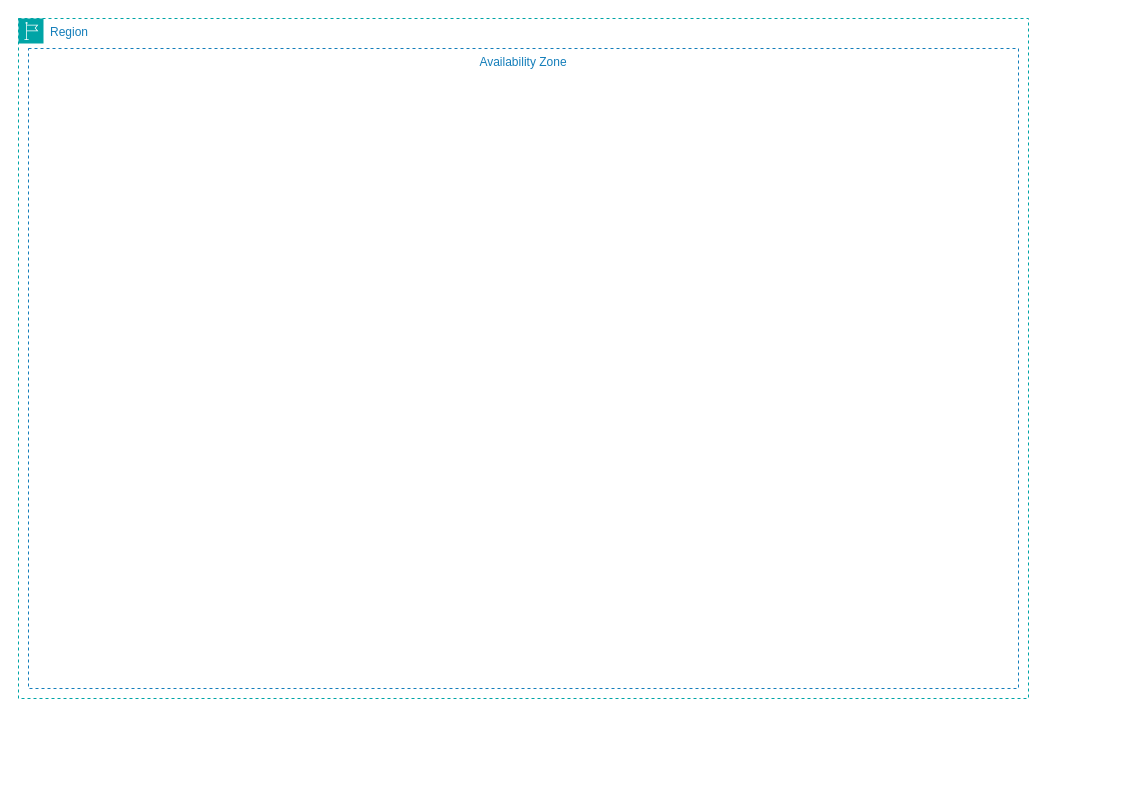
Before: aws/Untitled Diagram.drawio in lekhrajdinkar/02-spring, a draw.io diagram. Source tidied: cells renumbered, new cells numbered last; positions are measured from the earlier drawing's top-left corner, leaving out a move shared by most shapes. Both pictures are drawn from the tidied source at 100%, with x=0, y=0 at pixel (18, 18).
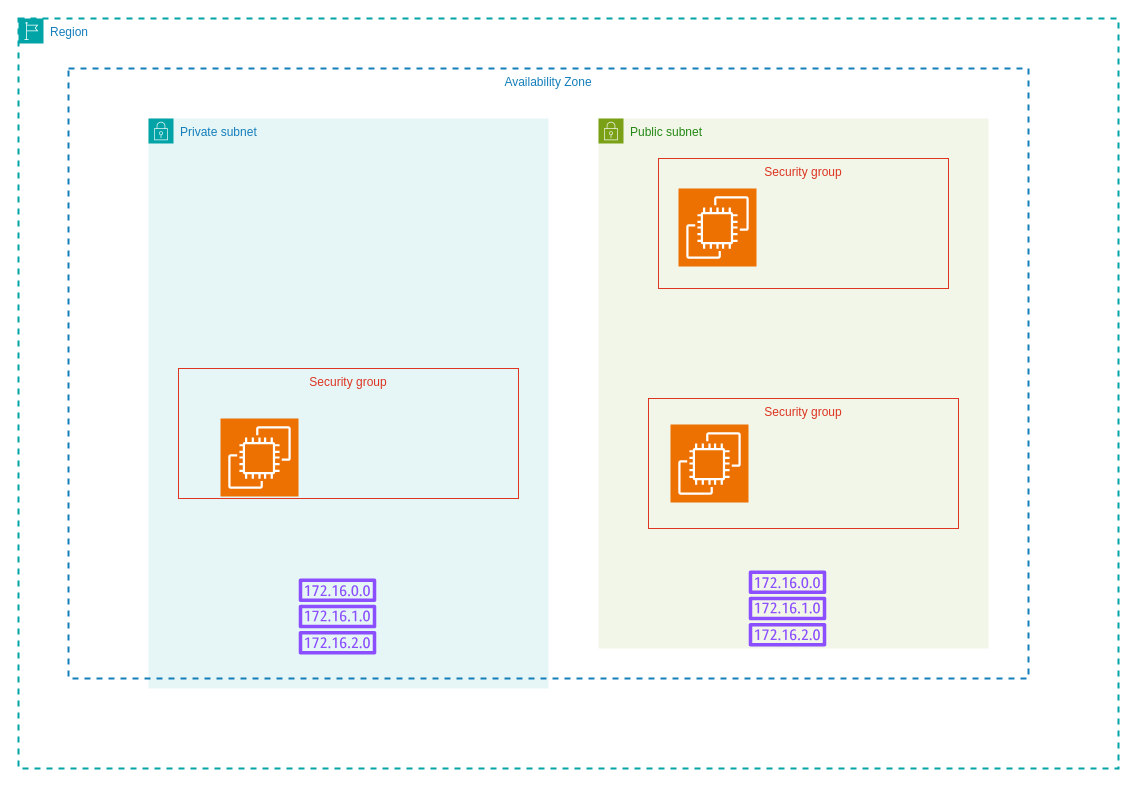
After the change.

The edit, as a diff of the source:
```diff
@@
 <mxGraphModel>
   <root>
     <mxCell id="0" />
     <mxCell id="1" parent="0" />
+    <mxCell id="4" value="Private subnet" style="gradientColor=none;html=1;whiteSpace=wrap;fontSize=12;fontStyle=0;shape=mxgraph.aws4.group;grIcon=mxgraph.aws4.group_security_group;grStroke=0;strokeColor=#00A4A6;fillColor=#E6F6F7;verticalAlign=top;align=left;spacingLeft=30;fontColor=#147EBA;dashed=0;" parent="1" vertex="1">
+      <mxGeometry x="130" y="100" width="400" height="570" as="geometry" />
+    </mxCell>
-    <mxCell id="2" value="Region" style="gradientColor=none;html=1;whiteSpace=wrap;fontSize=12;fontStyle=0;shape=mxgraph.aws4.group;grIcon=mxgraph.aws4.group_region;strokeColor=#00A4A6;fillColor=none;verticalAlign=top;align=left;spacingLeft=30;fontColor=#147EBA;dashed=1;" parent="1" vertex="1">
-      <mxGeometry width="1010" height="680" as="geometry" />
+    <mxCell id="2" value="Region" style="gradientColor=none;html=1;whiteSpace=wrap;fontSize=12;fontStyle=0;shape=mxgraph.aws4.group;grIcon=mxgraph.aws4.group_region;strokeColor=#00A4A6;fillColor=none;verticalAlign=top;align=left;spacingLeft=30;fontColor=#147EBA;dashed=1;strokeWidth=2;" parent="1" vertex="1">
+      <mxGeometry width="1100" height="750" as="geometry" />
     </mxCell>
-    <mxCell id="3" value="Availability Zone" style="fillColor=none;strokeColor=#147EBA;dashed=1;verticalAlign=top;fontStyle=0;fontColor=#147EBA;whiteSpace=wrap;html=1;" parent="2" vertex="1">
-      <mxGeometry x="10" y="30" width="990" height="640" as="geometry" />
+    <mxCell id="3" value="Availability Zone" style="fillColor=none;strokeColor=#147EBA;dashed=1;verticalAlign=top;fontStyle=0;fontColor=#147EBA;whiteSpace=wrap;html=1;strokeWidth=2;" parent="2" vertex="1">
+      <mxGeometry x="50" y="50" width="960" height="610" as="geometry" />
     </mxCell>
+    <mxCell id="5" value="Public subnet" style="gradientColor=none;html=1;whiteSpace=wrap;fontSize=12;fontStyle=0;shape=mxgraph.aws4.group;grIcon=mxgraph.aws4.group_security_group;grStroke=0;strokeColor=#7AA116;fillColor=#F2F6E8;verticalAlign=top;align=left;spacingLeft=30;fontColor=#248814;dashed=0;" parent="2" vertex="1">
+      <mxGeometry x="580" y="100" width="390" height="530" as="geometry" />
+    </mxCell>
+    <mxCell id="6" value="Security group" style="fillColor=none;strokeColor=#DD3522;verticalAlign=top;fontStyle=0;fontColor=#DD3522;whiteSpace=wrap;html=1;" parent="5" vertex="1">
+      <mxGeometry x="50" y="280" width="310" height="130" as="geometry" />
+    </mxCell>
+    <mxCell id="7" style="sketch=0;fontColor=#232F3E;fillColor=#ED7100;strokeColor=#ffffff;dashed=0;verticalLabelPosition=bottom;verticalAlign=top;align=center;html=1;fontSize=12;fontStyle=0;shape=mxgraph.aws4.resourceIcon;resIcon=mxgraph.aws4.ec2;" parent="5" vertex="1">
+      <mxGeometry x="72" y="306" width="78" height="78" as="geometry" />
+    </mxCell>
+    <mxCell id="8" value="Security group" style="fillColor=none;strokeColor=#DD3522;verticalAlign=top;fontStyle=0;fontColor=#DD3522;whiteSpace=wrap;html=1;" parent="2" vertex="1">
+      <mxGeometry x="640" y="140" width="290" height="130" as="geometry" />
+    </mxCell>
+    <mxCell id="9" style="sketch=0;fontColor=#232F3E;gradientColor=none;fillColor=#8C4FFF;strokeColor=none;dashed=0;verticalLabelPosition=bottom;verticalAlign=top;align=center;html=1;fontSize=12;fontStyle=0;shape=mxgraph.aws4.route_table;" parent="2" vertex="1">
+      <mxGeometry x="730" y="552" width="78" height="76" as="geometry" />
+    </mxCell>
+    <mxCell id="10" style="sketch=0;fontColor=#232F3E;gradientColor=none;fillColor=#8C4FFF;strokeColor=none;dashed=0;verticalLabelPosition=bottom;verticalAlign=top;align=center;html=1;fontSize=12;fontStyle=0;shape=mxgraph.aws4.route_table;" parent="2" vertex="1">
+      <mxGeometry x="280" y="560" width="78" height="76" as="geometry" />
+    </mxCell>
+    <mxCell id="11" style="sketch=0;fontColor=#232F3E;fillColor=#ED7100;strokeColor=#ffffff;dashed=0;verticalLabelPosition=bottom;verticalAlign=top;align=center;html=1;fontSize=12;fontStyle=0;shape=mxgraph.aws4.resourceIcon;resIcon=mxgraph.aws4.ec2;" parent="2" vertex="1">
+      <mxGeometry x="660" y="170" width="78" height="78" as="geometry" />
+    </mxCell>
+    <mxCell id="12" value="Security group" style="fillColor=none;strokeColor=#DD3522;verticalAlign=top;fontStyle=0;fontColor=#DD3522;whiteSpace=wrap;html=1;" parent="2" vertex="1">
+      <mxGeometry x="160" y="350" width="340" height="130" as="geometry" />
+    </mxCell>
+    <mxCell id="13" style="sketch=0;fontColor=#232F3E;fillColor=#ED7100;strokeColor=#ffffff;dashed=0;verticalLabelPosition=bottom;verticalAlign=top;align=center;html=1;fontSize=12;fontStyle=0;shape=mxgraph.aws4.resourceIcon;resIcon=mxgraph.aws4.ec2;" parent="2" vertex="1">
+      <mxGeometry x="202" y="400" width="78" height="78" as="geometry" />
+    </mxCell>
   </root>
 </mxGraphModel>
```
